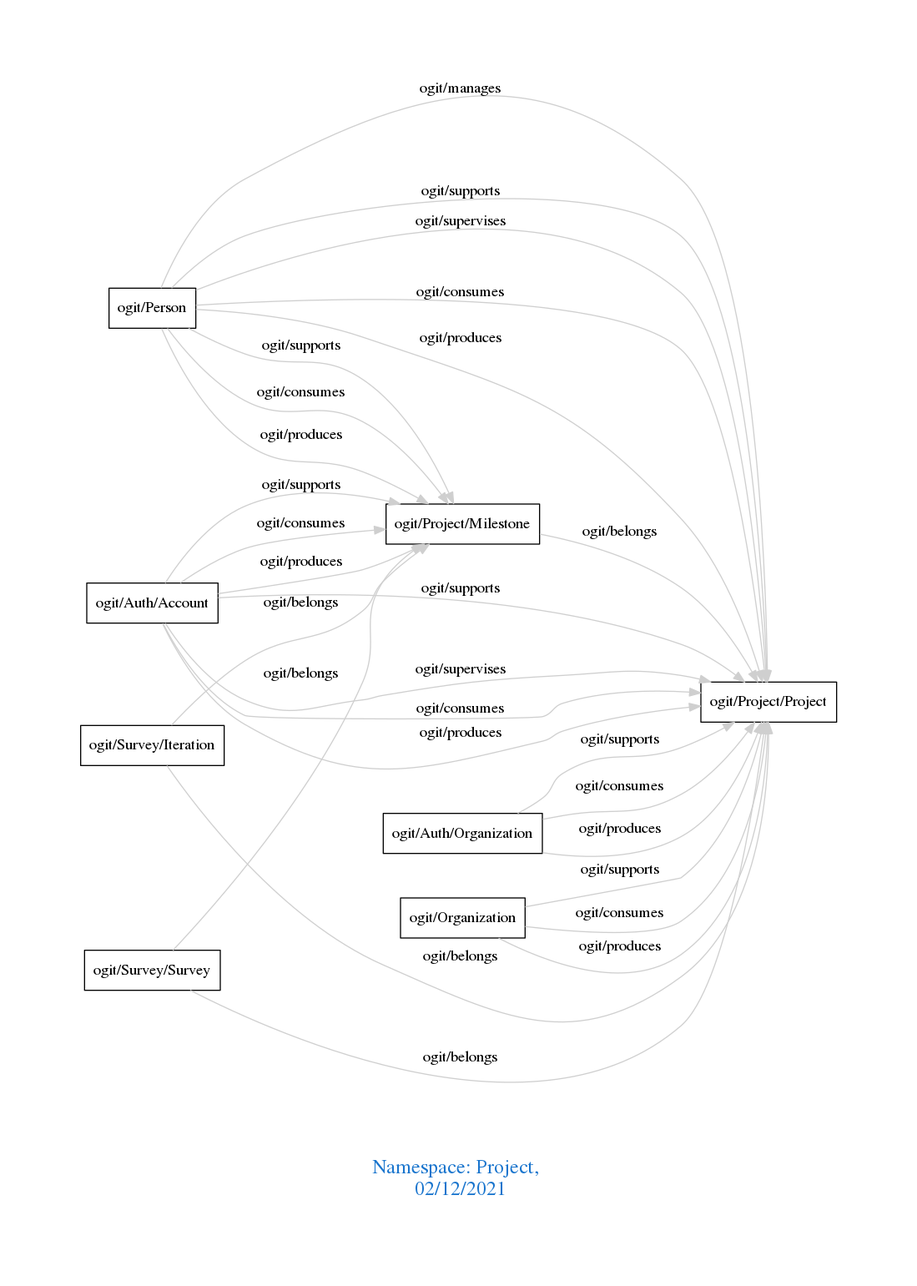
Above: downloads/Project.png in arago/OGIT (Graphviz), before the change. Its source is kept beside it as downloads/Project.dot.
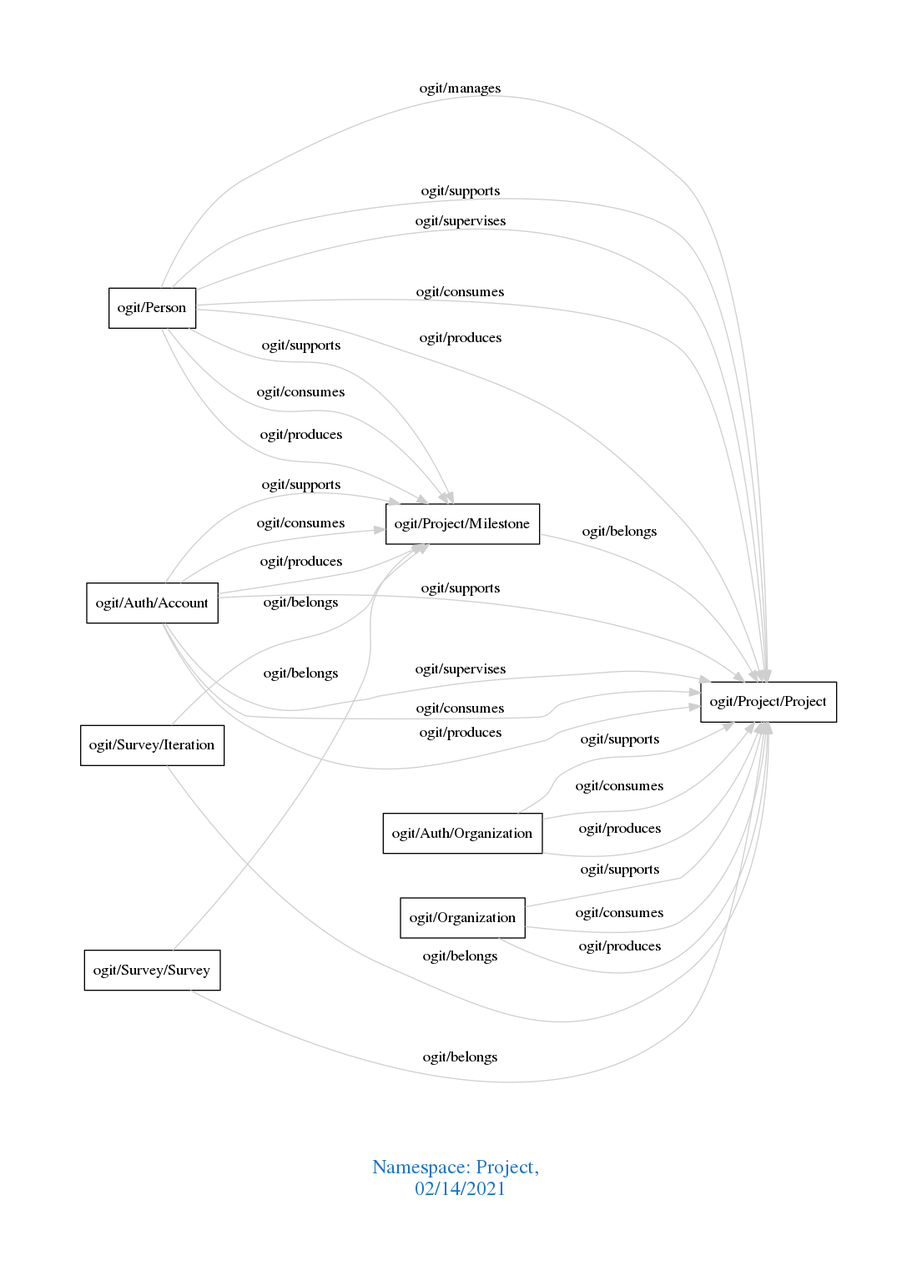
Above is the later version.

What changed in the source:
```diff
@@ -1,7 +1,7 @@
 digraph OGIT_ontology {
  graph [ rankdir= LR,pad=1
 fontsize = 18,
-fontcolor= dodgerblue3,label = "\n\n\nNamespace: Project, \n 02/12/2021"];
+fontcolor= dodgerblue3,label = "\n\n\nNamespace: Project, \n 02/14/2021"];
 node[shape=polygon];
 edge [  color="gray81"];
 
```
